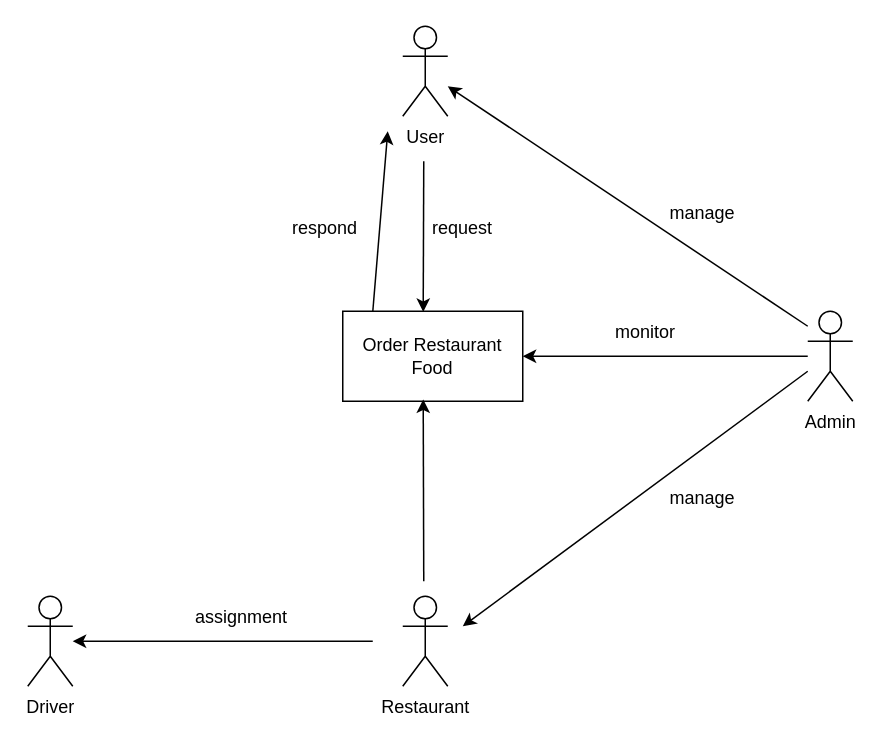
This is Restaurant.drawio from NhatBlue123/IndividualExercise, a draw.io file, before an edit. Source tidied: cells renumbered, new cells numbered last; positions are measured from the earlier drawing's top-left corner, leaving out a move shared by most shapes. Both pictures are drawn from the tidied source at 150%, with x=0, y=0 at pixel (27, 26).
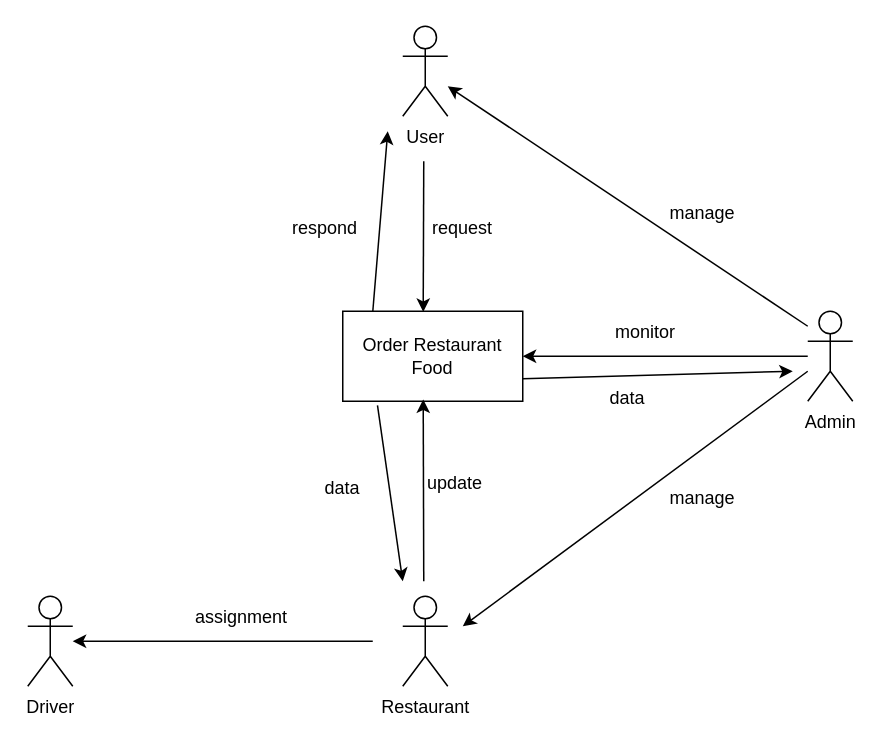
After the change.

Unchanged cells that the change refers to:
```xml
<mxCell id="3" value="Order Restaurant Food" style="rounded=0;whiteSpace=wrap;html=1;" parent="1" vertex="1">
  <mxGeometry x="210" y="190" width="120" height="60" as="geometry" />
</mxCell>
```

Diff of the diagram source:
```diff
@@
+    <mxCell id="20" value="update" style="text;html=1;align=center;verticalAlign=middle;whiteSpace=wrap;rounded=0;" parent="1" vertex="1">
+      <mxGeometry x="255" y="290" width="60" height="30" as="geometry" />
+    </mxCell>
+    <mxCell id="21" style="endArrow=classic;html=1;rounded=0;exitX=0.193;exitY=1.047;exitDx=0;exitDy=0;exitPerimeter=0;" parent="1" edge="1" source="3">
+      <mxGeometry relative="1" as="geometry">
+        <mxPoint x="250" y="370" as="targetPoint" />
+      </mxGeometry>
+    </mxCell>
+    <mxCell id="22" value="data&lt;div&gt;&lt;br&gt;&lt;/div&gt;" style="text;html=1;align=center;verticalAlign=middle;whiteSpace=wrap;rounded=0;" parent="1" vertex="1">
+      <mxGeometry x="180" y="300" width="60" height="30" as="geometry" />
+    </mxCell>
+    <mxCell id="23" style="endArrow=classic;html=1;rounded=0;exitX=1;exitY=0.75;exitDx=0;exitDy=0;" parent="1" edge="1" source="3">
+      <mxGeometry relative="1" as="geometry">
+        <mxPoint x="510" y="230" as="targetPoint" />
+      </mxGeometry>
+    </mxCell>
+    <mxCell id="24" value="data&lt;div&gt;&lt;br&gt;&lt;/div&gt;" style="text;html=1;align=center;verticalAlign=middle;whiteSpace=wrap;rounded=0;" parent="1" vertex="1">
+      <mxGeometry x="370" y="240" width="60" height="30" as="geometry" />
+    </mxCell>
```
